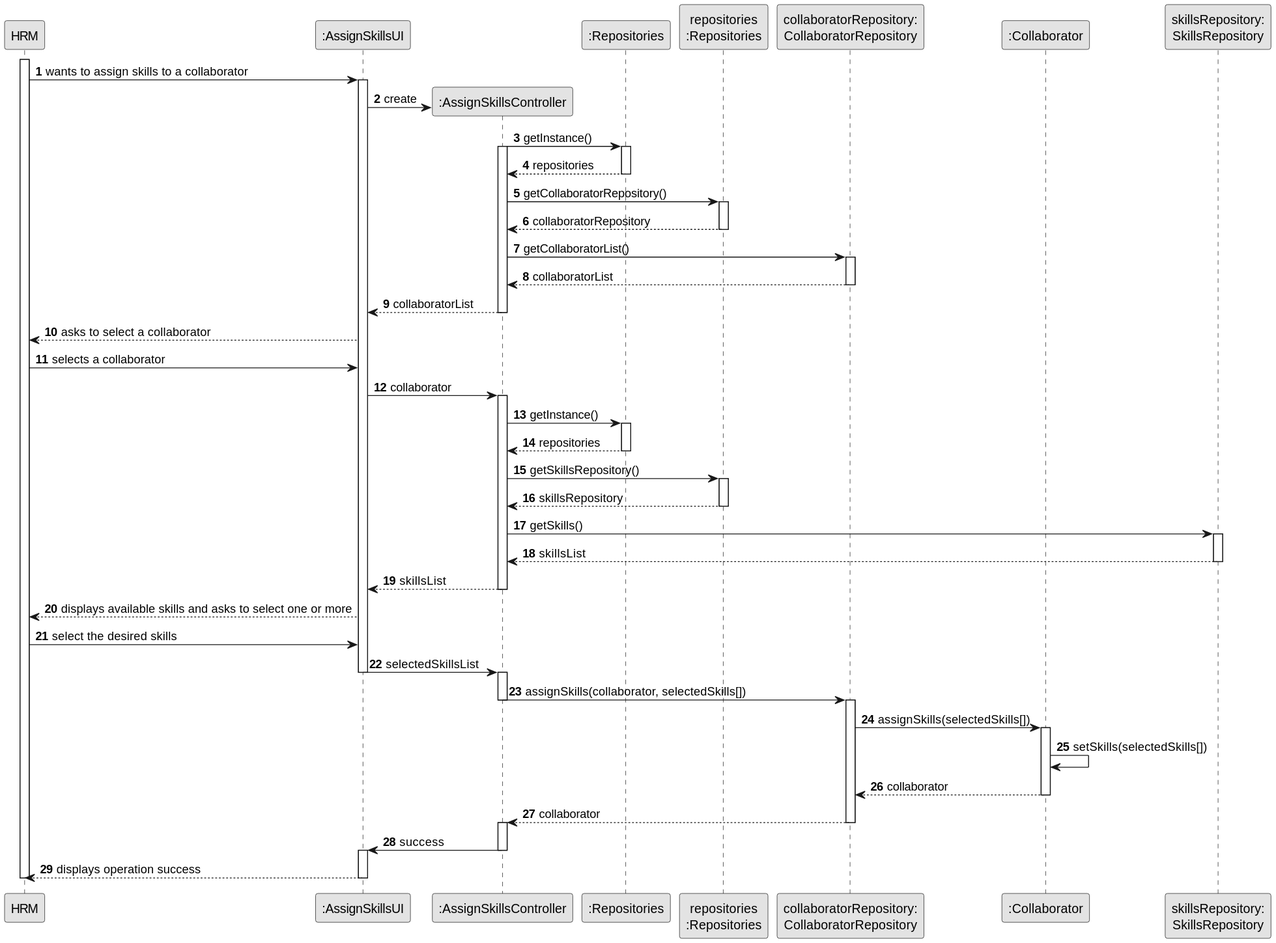
This is docs/sprintB/us004/03.design/svg/us004-sequence-diagram-full.svg from ricardomm7/leaflink, a PlantUML export, as it was before one commit. Its diagram source:
```plantuml
@startuml
skinparam monochrome true
skinparam packageStyle rectangle
skinparam shadowing false

autonumber

participant "HRM" as HRM
participant ":AssignSkillsUI" as UI
participant ":AssignSkillsController" as CTRL
participant ":Repositories" as GlobRepo
participant "repositories\n:Repositories" as PLAT
participant "collaboratorRepository:\nCollaboratorRepository" as CLBREP
participant ":Collaborator" as CLB
participant "skillsRepository:\nSkillsRepository" as skillsRepository


activate HRM
HRM -> UI : wants to assign skills to a collaborator
activate UI
UI -> CTRL** : create


CTRL -> GlobRepo : getInstance()
activate CTRL
activate GlobRepo
GlobRepo --> CTRL : repositories
deactivate GlobRepo
CTRL -> PLAT : getCollaboratorRepository()
activate PLAT
PLAT -->  CTRL: collaboratorRepository
deactivate PLAT

CTRL -> CLBREP : getCollaboratorList()
activate CLBREP
CLBREP --> CTRL : collaboratorList
deactivate CLBREP
CTRL --> UI : collaboratorList
deactivate CTRL
UI --> HRM : asks to select a collaborator
HRM -> UI : selects a collaborator
UI -> CTRL : collaborator
activate CTRL

CTRL -> GlobRepo : getInstance()
activate GlobRepo
GlobRepo --> CTRL : repositories
deactivate GlobRepo
CTRL -> PLAT : getSkillsRepository()
activate PLAT
PLAT -->  CTRL: skillsRepository
deactivate PLAT
CTRL -> skillsRepository : getSkills()
activate skillsRepository
skillsRepository --> CTRL : skillsList
deactivate skillsRepository
CTRL --> UI : skillsList
deactivate CTRL
UI --> HRM : displays available skills and asks to select one or more
HRM -> UI : select the desired skills
UI -> CTRL : selectedSkillsList
deactivate UI
activate CTRL


CTRL -> CLBREP : assignSkills(collaborator, selectedSkills[])
deactivate CTRL
activate CLBREP
CLBREP -> CLB : assignSkills(selectedSkills[])
activate CLB
CLB -> CLB : setSkills(selectedSkills[])
CLB --> CLBREP : collaborator
deactivate CLB
CLBREP --> CTRL : collaborator
deactivate CLBREP
activate CTRL
CTRL -> UI : success
deactivate CTRL
activate UI
UI --> HRM : displays operation success
deactivate UI
deactivate HRM
@enduml
```
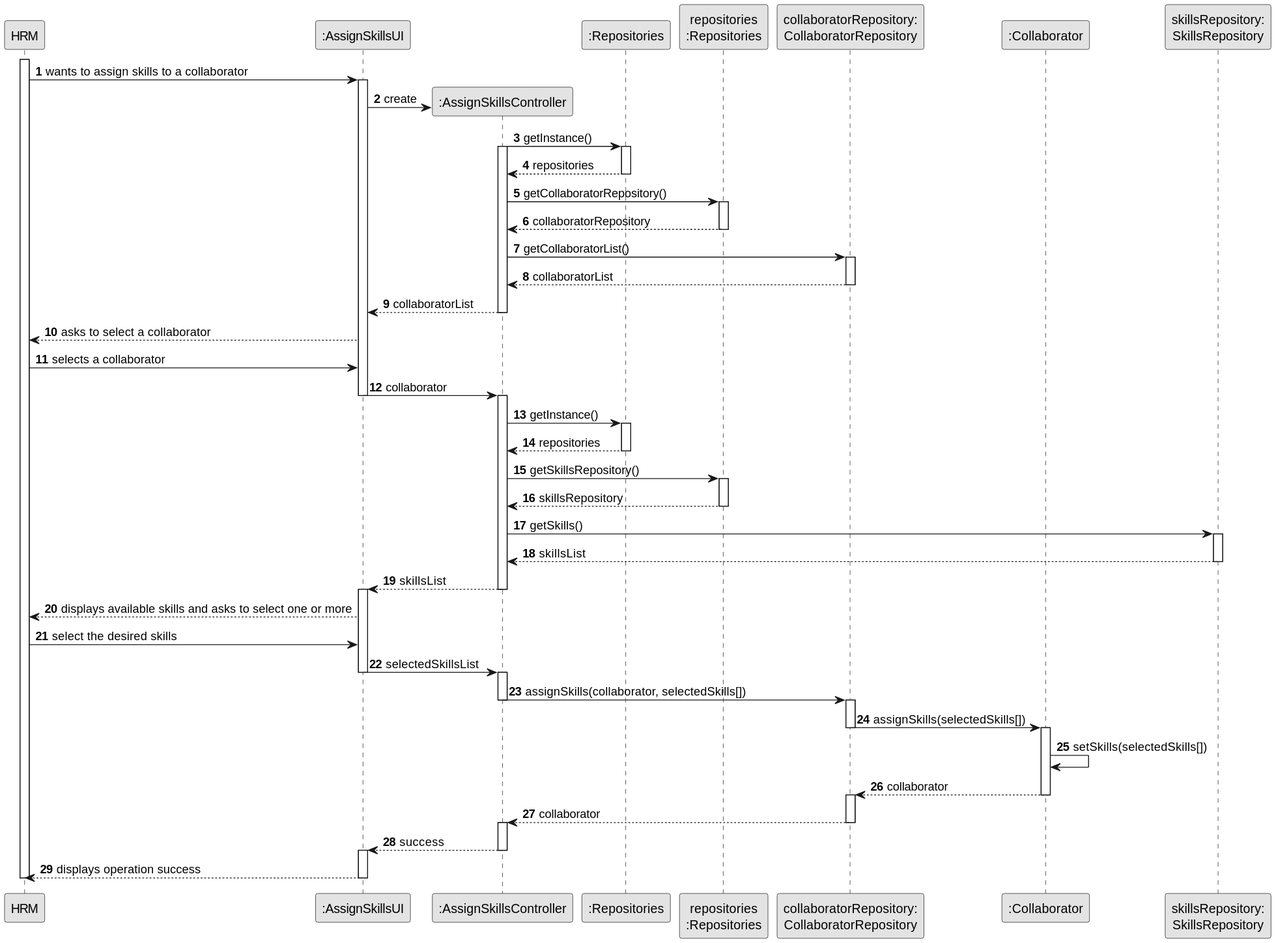
Later version of the same file.

Diff of the diagram source:
```diff
@@ -38,26 +38,39 @@
 CTRL --> UI : collaboratorList
 deactivate CTRL
 UI --> HRM : asks to select a collaborator
+
 HRM -> UI : selects a collaborator
+
 UI -> CTRL : collaborator
+deactivate UI
 activate CTRL
 
 CTRL -> GlobRepo : getInstance()
 activate GlobRepo
+
 GlobRepo --> CTRL : repositories
 deactivate GlobRepo
+
 CTRL -> PLAT : getSkillsRepository()
 activate PLAT
+
 PLAT -->  CTRL: skillsRepository
 deactivate PLAT
+
 CTRL -> skillsRepository : getSkills()
 activate skillsRepository
+
 skillsRepository --> CTRL : skillsList
 deactivate skillsRepository
+
 CTRL --> UI : skillsList
 deactivate CTRL
+activate UI
+
 UI --> HRM : displays available skills and asks to select one or more
+
 HRM -> UI : select the desired skills
+
 UI -> CTRL : selectedSkillsList
 deactivate UI
 activate CTRL
@@ -65,16 +78,22 @@
 
 CTRL -> CLBREP : assignSkills(collaborator, selectedSkills[])
 deactivate CTRL
+
 activate CLBREP
 CLBREP -> CLB : assignSkills(selectedSkills[])
+deactivate CLBREP
 activate CLB
+
 CLB -> CLB : setSkills(selectedSkills[])
+
 CLB --> CLBREP : collaborator
 deactivate CLB
+activate CLBREP
+
 CLBREP --> CTRL : collaborator
 deactivate CLBREP
 activate CTRL
-CTRL -> UI : success
+CTRL --> UI : success
 deactivate CTRL
 activate UI
 UI --> HRM : displays operation success
```
